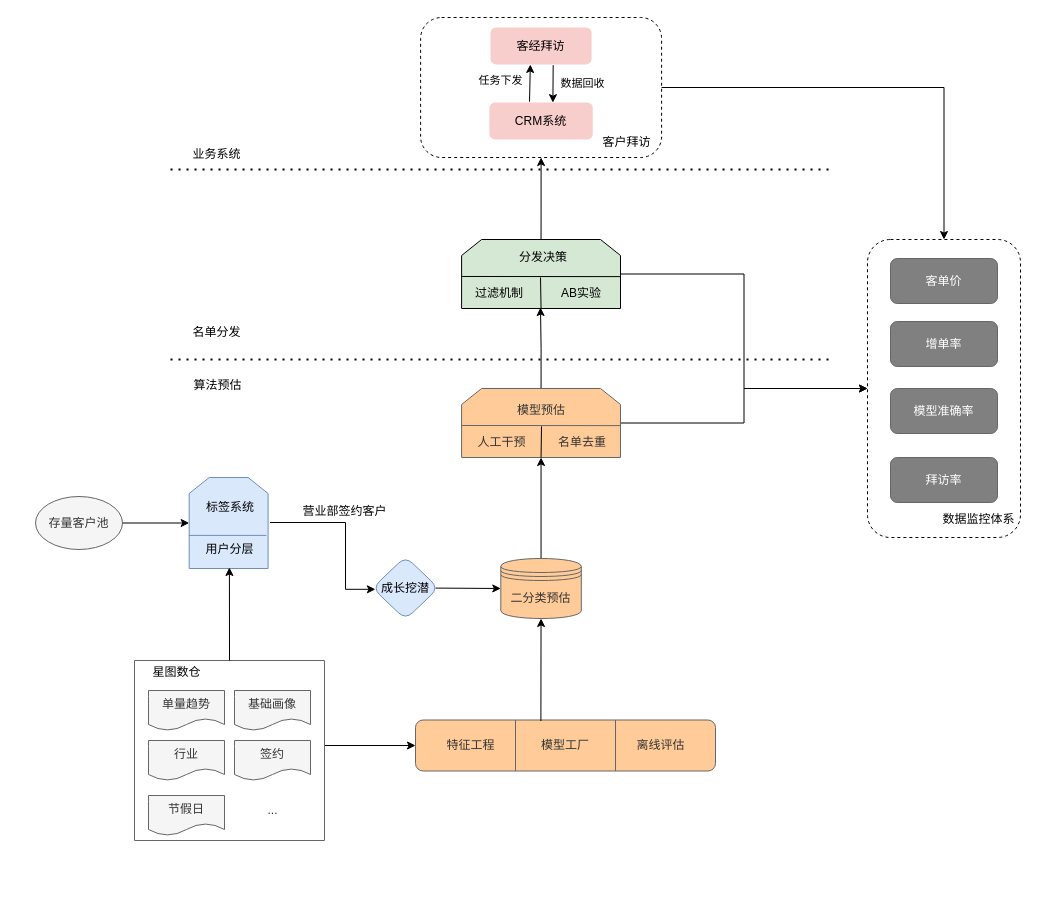
The draw.io diagram K码挖潜技术评审.drawio in JintaiYang/drawio, before the edit. Source tidied: cells renumbered, new cells numbered last; positions are measured from the earlier drawing's top-left corner, leaving out a move shared by most shapes. Both pictures are drawn from the tidied source at 100%, with x=0, y=0 at pixel (35, 17).
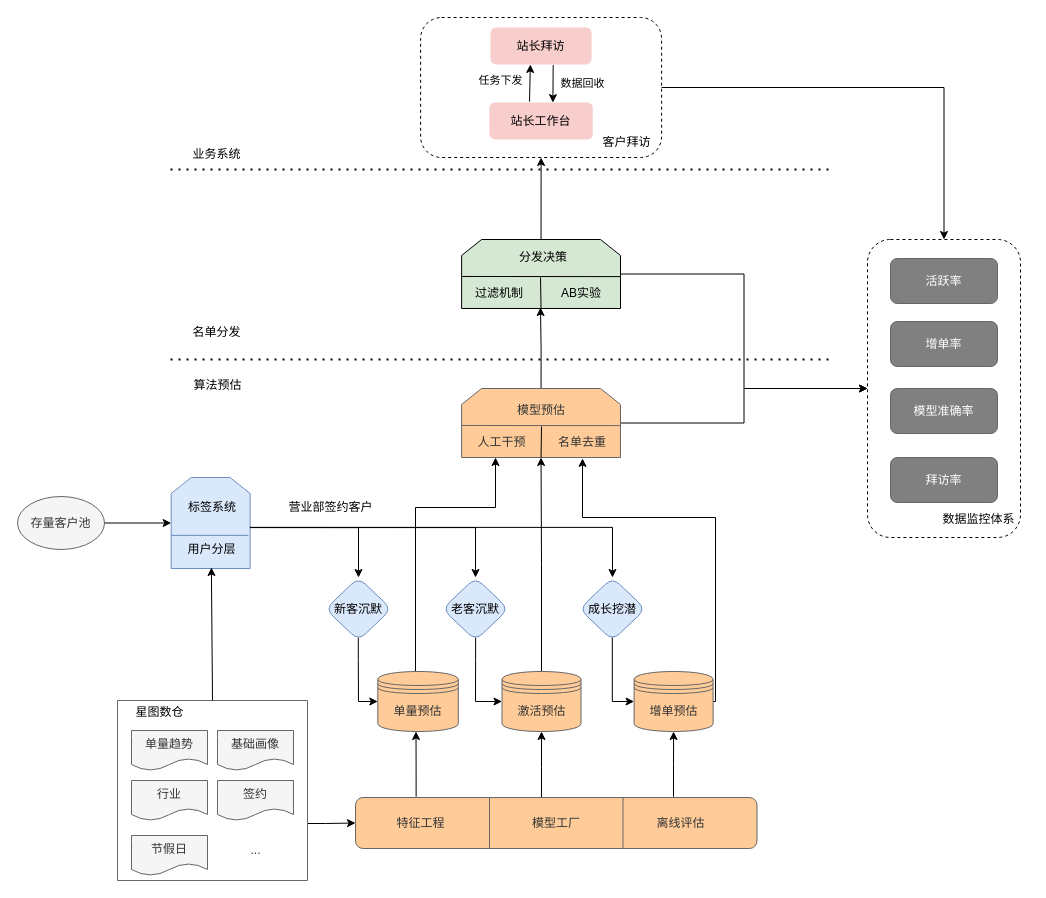
Above is the later version.

Commit message:
更新K码挖潜技术评审.drawio

The change refers to these unchanged cells:
```xml
<mxCell id="24" style="shape=loopLimit;whiteSpace=wrap;html=1;rounded=0;sketch=0;size=20;fillColor=#FFCC99;fontColor=#333333;strokeColor=#666666;" parent="1" vertex="1">
  <mxGeometry x="426.1" y="371" width="158.9" height="69" as="geometry" />
</mxCell>
<mxCell id="26" value="名单去重" style="text;html=1;strokeColor=none;fillColor=none;align=center;verticalAlign=middle;whiteSpace=wrap;rounded=0;sketch=0;fontColor=#333333;" parent="1" vertex="1">
  <mxGeometry x="517" y="410" width="60" height="30.9" as="geometry" />
</mxCell>
<mxCell id="28" value="人工干预" style="text;html=1;align=center;verticalAlign=middle;points=[];strokeColor=none;fillColor=none;fontColor=#333333;" parent="1" vertex="1">
  <mxGeometry x="430.6" y="410" width="70" height="30" as="geometry" />
</mxCell>
```

The edit, as a diff of the source:
```diff
@@
     <mxCell id="4" style="edgeStyle=orthogonalEdgeStyle;rounded=0;jettySize=auto;html=1;exitX=1;exitY=0.75;exitDx=0;exitDy=0;entryX=0;entryY=0.5;entryDx=0;entryDy=0;strokeWidth=1;" parent="1" edge="1" source="5" target="29">
       <mxGeometry relative="1" as="geometry">
         <Array as="points">
-          <mxPoint x="289" y="728" />
+          <mxPoint x="290" y="806" />
+          <mxPoint x="361" y="806" />
         </Array>
       </mxGeometry>
     </mxCell>
     <mxCell id="5" style="swimlane;startSize=0;rounded=1;arcSize=38;fillColor=#f5f5f5;fontColor=#333333;strokeColor=#666666;" parent="1" vertex="1">
-      <mxGeometry x="99" y="643" width="190" height="180" as="geometry" />
+      <mxGeometry x="82" y="683" width="190" height="180" as="geometry" />
     </mxCell>
@@
-    <mxCell id="12" style="edgeStyle=orthogonalEdgeStyle;rounded=0;jettySize=auto;html=1;exitX=0.5;exitY=0;exitDx=0;exitDy=0;entryX=0.5;entryY=1;entryDx=0;entryDy=0;" parent="1" edge="1" source="13" target="24">
-      <mxGeometry relative="1" as="geometry" />
-    </mxCell>
-    <mxCell id="13" value="二分类预估" style="shape=datastore;whiteSpace=wrap;html=1;rounded=1;glass=0;sketch=0;strokeWidth=1;fillColor=#FFCC99;fontColor=#333333;strokeColor=#666666;" parent="1" vertex="1">
-      <mxGeometry x="465.3" y="541" width="80.5" height="60" as="geometry" />
-    </mxCell>
-    <mxCell id="14" value="&lt;font&gt;客经拜访&lt;/font&gt;" style="rounded=1;whiteSpace=wrap;html=1;glass=0;sketch=0;strokeWidth=1;fillColor=#f8cecc;strokeColor=none;fontColor=#000000;" parent="1" vertex="1">
+    <mxCell id="14" value="&lt;font&gt;站长拜访&lt;/font&gt;" style="rounded=1;whiteSpace=wrap;html=1;glass=0;sketch=0;strokeWidth=1;fillColor=#f8cecc;strokeColor=none;fontColor=#000000;" parent="1" vertex="1">
       <mxGeometry x="455" y="10" width="101.1" height="37" as="geometry" />
     </mxCell>
     <mxCell id="15" style="shape=loopLimit;whiteSpace=wrap;html=1;rounded=0;sketch=0;size=20;fillColor=#dae8fc;strokeColor=#6c8ebf;" parent="1" vertex="1">
-      <mxGeometry x="153.7" y="460" width="78.9" height="91" as="geometry" />
+      <mxGeometry x="135.7" y="460" width="78.9" height="91" as="geometry" />
     </mxCell>
-    <mxCell id="16" style="edgeStyle=orthogonalEdgeStyle;rounded=0;jettySize=auto;html=1;exitX=1;exitY=1;exitDx=0;exitDy=0;entryX=0.044;entryY=0.521;entryDx=0;entryDy=0;entryPerimeter=0;" parent="1" edge="1" source="17" target="41">
-      <mxGeometry relative="1" as="geometry">
-        <Array as="points">
-          <mxPoint x="310" y="505" />
-          <mxPoint x="310" y="571" />
-          <mxPoint x="340" y="571" />
-        </Array>
-      </mxGeometry>
-    </mxCell>
+    <mxCell id="64" style="edgeStyle=orthogonalEdgeStyle;rounded=0;jettySize=auto;html=1;exitX=0.998;exitY=0.55;exitDx=0;exitDy=0;exitPerimeter=0;entryX=0.5;entryY=0;entryDx=0;entryDy=0;" parent="1" edge="1" source="15" target="79">
+      <mxGeometry relative="1" as="geometry">
+        <Array as="points">
+          <mxPoint x="323" y="510" />
+        </Array>
+      </mxGeometry>
+    </mxCell>
+    <mxCell id="65" style="edgeStyle=orthogonalEdgeStyle;rounded=0;jettySize=auto;html=1;exitX=1.002;exitY=0.55;exitDx=0;exitDy=0;entryX=0.5;entryY=0;entryDx=0;entryDy=0;exitPerimeter=0;" parent="1" edge="1" source="15" target="77">
+      <mxGeometry relative="1" as="geometry">
+        <Array as="points">
+          <mxPoint x="440" y="510" />
+        </Array>
+      </mxGeometry>
+    </mxCell>
+    <mxCell id="66" style="edgeStyle=orthogonalEdgeStyle;rounded=0;jettySize=auto;html=1;exitX=0.998;exitY=0.548;exitDx=0;exitDy=0;entryX=0.5;entryY=0;entryDx=0;entryDy=0;exitPerimeter=0;" parent="1" edge="1" source="15" target="41">
+      <mxGeometry relative="1" as="geometry">
+        <Array as="points">
+          <mxPoint x="577" y="510" />
+        </Array>
+      </mxGeometry>
+    </mxCell>
     <mxCell id="17" value="标签系统" style="text;html=1;strokeColor=none;fillColor=none;align=center;verticalAlign=middle;whiteSpace=wrap;rounded=0;sketch=0;" parent="1" vertex="1">
-      <mxGeometry x="154.6" y="475" width="80" height="30" as="geometry" />
+      <mxGeometry x="136.6" y="475" width="80" height="30" as="geometry" />
     </mxCell>
     <mxCell id="18" style="endArrow=none;html=1;rounded=0;exitX=-0.01;exitY=0.572;exitDx=0;exitDy=0;exitPerimeter=0;fillColor=#dae8fc;strokeColor=#6c8ebf;" parent="1" edge="1">
       <mxGeometry relative="1" as="geometry">
-        <mxPoint x="153.4" y="517.9" as="sourcePoint" />
-        <mxPoint x="230.9" y="517.9" as="targetPoint" />
+        <mxPoint x="135.4" y="517.9" as="sourcePoint" />
+        <mxPoint x="212.9" y="517.9" as="targetPoint" />
       </mxGeometry>
     </mxCell>
     <mxCell id="19" value="用户分层" style="text;html=1;align=center;verticalAlign=middle;strokeColor=none;fillColor=none;" parent="1" vertex="1">
-      <mxGeometry x="159.1" y="517" width="70" height="30" as="geometry" />
+      <mxGeometry x="141.1" y="517" width="70" height="30" as="geometry" />
     </mxCell>
     <mxCell id="20" style="endArrow=classic;html=1;rounded=0;strokeWidth=1;exitX=0.5;exitY=0;exitDx=0;exitDy=0;" parent="1" edge="1" source="5">
       <mxGeometry relative="1" as="geometry">
-        <mxPoint x="193.9" y="550" as="targetPoint" />
+        <mxPoint x="175.9" y="550" as="targetPoint" />
       </mxGeometry>
     </mxCell>
@@
+    <mxCell id="67" style="edgeStyle=orthogonalEdgeStyle;rounded=0;jettySize=auto;html=1;exitX=0.151;exitY=-0.016;exitDx=0;exitDy=0;entryX=0.5;entryY=1;entryDx=0;entryDy=0;exitPerimeter=0;" parent="1" edge="1" source="29">
+      <mxGeometry relative="1" as="geometry">
+        <mxPoint x="380.5" y="714" as="targetPoint" />
+        <Array as="points">
+          <mxPoint x="380" y="779" />
+          <mxPoint x="380" y="747" />
+          <mxPoint x="381" y="747" />
+        </Array>
+      </mxGeometry>
+    </mxCell>
+    <mxCell id="68" style="edgeStyle=orthogonalEdgeStyle;rounded=0;jettySize=auto;html=1;entryX=0.5;entryY=1;entryDx=0;entryDy=0;" parent="1" edge="1" source="29" target="75">
+      <mxGeometry relative="1" as="geometry">
+        <Array as="points">
+          <mxPoint x="506" y="750" />
+          <mxPoint x="506" y="750" />
+        </Array>
+      </mxGeometry>
+    </mxCell>
+    <mxCell id="69" style="edgeStyle=orthogonalEdgeStyle;rounded=0;jettySize=auto;html=1;exitX=0.792;exitY=-0.015;exitDx=0;exitDy=0;exitPerimeter=0;" parent="1" edge="1" source="29" target="73">
+      <mxGeometry relative="1" as="geometry" />
+    </mxCell>
     <mxCell id="29" value="模型工厂" style="shape=process;whiteSpace=wrap;html=1;backgroundOutline=1;rounded=1;glass=0;sketch=0;strokeWidth=1;size=0.3333333333333333;fillColor=#FFCC99;fontColor=#333333;strokeColor=#666666;" parent="1" vertex="1">
-      <mxGeometry x="380" y="702.5" width="300" height="51" as="geometry" />
+      <mxGeometry x="320" y="780" width="401.5" height="51" as="geometry" />
     </mxCell>
     <mxCell id="30" value="特征工程" style="text;html=1;align=center;verticalAlign=middle;strokeColor=none;fillColor=none;fontColor=#333333;" parent="1" vertex="1">
-      <mxGeometry x="400" y="713" width="70" height="30" as="geometry" />
+      <mxGeometry x="350" y="790.5" width="70" height="30" as="geometry" />
     </mxCell>
     <mxCell id="31" value="离线评估" style="text;html=1;align=center;verticalAlign=middle;strokeColor=none;fillColor=none;fontColor=#333333;" parent="1" vertex="1">
-      <mxGeometry x="590" y="713" width="70" height="30" as="geometry" />
+      <mxGeometry x="610" y="790.5" width="70" height="30" as="geometry" />
     </mxCell>
@@
     <mxCell id="34" value="星图数仓" style="text;html=1;align=center;verticalAlign=middle;strokeColor=none;fillColor=none;" parent="1" vertex="1">
-      <mxGeometry x="106" y="640" width="70" height="30" as="geometry" />
+      <mxGeometry x="89" y="680" width="70" height="30" as="geometry" />
     </mxCell>
@@
-    <mxCell id="37" value="CRM系统" style="rounded=1;whiteSpace=wrap;html=1;glass=0;sketch=0;strokeWidth=1;fillColor=#f8cecc;strokeColor=none;" parent="1" vertex="1">
+    <mxCell id="37" value="站长工作台" style="rounded=1;whiteSpace=wrap;html=1;glass=0;sketch=0;strokeWidth=1;fillColor=#f8cecc;strokeColor=none;" parent="1" vertex="1">
       <mxGeometry x="453.9" y="85" width="103.4" height="37" as="geometry" />
     </mxCell>
@@
     <mxCell id="39" value="存量客户池" style="ellipse;whiteSpace=wrap;html=1;fillColor=#f5f5f5;fontColor=#333333;strokeColor=#666666;" parent="1" vertex="1">
-      <mxGeometry y="479" width="87" height="53" as="geometry" />
+      <mxGeometry x="-18" y="479" width="87" height="53" as="geometry" />
     </mxCell>
-    <mxCell id="40" style="edgeStyle=orthogonalEdgeStyle;rounded=0;jettySize=auto;html=1;exitX=0.955;exitY=0.502;exitDx=0;exitDy=0;entryX=0;entryY=0.5;entryDx=0;entryDy=0;exitPerimeter=0;" parent="1" edge="1" source="41" target="13">
-      <mxGeometry relative="1" as="geometry">
-        <Array as="points">
-          <mxPoint x="403" y="571" />
-        </Array>
-      </mxGeometry>
-    </mxCell>
-    <mxCell id="41" value="成长挖潜" style="rhombus;whiteSpace=wrap;html=1;rounded=1;fillColor=#dae8fc;strokeColor=#6c8ebf;" parent="1" vertex="1">
-      <mxGeometry x="337" y="539" width="66" height="63" as="geometry" />
-    </mxCell>
-    <mxCell id="42" style="endArrow=classic;html=1;rounded=0;entryX=0.5;entryY=1;entryDx=0;entryDy=0;exitX=0.418;exitY=0.02;exitDx=0;exitDy=0;exitPerimeter=0;" parent="1" edge="1" source="29" target="13">
-      <mxGeometry relative="1" as="geometry" />
-    </mxCell>
@@
-    <mxCell id="55" value="客单价" style="rounded=1;whiteSpace=wrap;html=1;fillColor=#808080;fontColor=#FFFFFF;strokeColor=#666666;" parent="1" vertex="1">
+    <mxCell id="55" value="活跃率" style="rounded=1;whiteSpace=wrap;html=1;fillColor=#808080;fontColor=#FFFFFF;strokeColor=#666666;" parent="1" vertex="1">
       <mxGeometry x="855" y="241" width="107" height="45" as="geometry" />
     </mxCell>
@@
     <mxCell id="63" value="营业部签约客户" style="text;html=1;align=center;verticalAlign=middle;strokeColor=none;fillColor=none;" parent="1" vertex="1">
-      <mxGeometry x="254" y="479" width="110" height="30" as="geometry" />
+      <mxGeometry x="240" y="475" width="110" height="30" as="geometry" />
     </mxCell>
+    <mxCell id="70" style="edgeStyle=orthogonalEdgeStyle;rounded=0;jettySize=auto;html=1;entryX=0.42;entryY=1;entryDx=0;entryDy=0;entryPerimeter=0;" parent="1" edge="1" source="71" target="28">
+      <mxGeometry relative="1" as="geometry">
+        <Array as="points">
+          <mxPoint x="380" y="490" />
+          <mxPoint x="460" y="490" />
+        </Array>
+      </mxGeometry>
+    </mxCell>
+    <mxCell id="71" value="单量预估" style="shape=datastore;whiteSpace=wrap;html=1;rounded=1;glass=0;sketch=0;strokeWidth=1;fillColor=#FFCC99;fontColor=#333333;strokeColor=#666666;" parent="1" vertex="1">
+      <mxGeometry x="342.3" y="654" width="80.5" height="60" as="geometry" />
+    </mxCell>
+    <mxCell id="72" style="edgeStyle=orthogonalEdgeStyle;rounded=0;jettySize=auto;html=1;entryX=0.5;entryY=1;entryDx=0;entryDy=0;" parent="1" edge="1" source="73" target="26">
+      <mxGeometry relative="1" as="geometry">
+        <Array as="points">
+          <mxPoint x="680" y="500" />
+          <mxPoint x="547" y="500" />
+        </Array>
+      </mxGeometry>
+    </mxCell>
+    <mxCell id="73" value="增单预估" style="shape=datastore;whiteSpace=wrap;html=1;rounded=1;glass=0;sketch=0;strokeWidth=1;fillColor=#FFCC99;fontColor=#333333;strokeColor=#666666;" parent="1" vertex="1">
+      <mxGeometry x="598.6" y="654" width="79" height="60" as="geometry" />
+    </mxCell>
+    <mxCell id="74" style="edgeStyle=orthogonalEdgeStyle;rounded=0;jettySize=auto;html=1;exitX=0.5;exitY=0;exitDx=0;exitDy=0;entryX=0.5;entryY=1;entryDx=0;entryDy=0;" parent="1" edge="1" source="75" target="24">
+      <mxGeometry relative="1" as="geometry" />
+    </mxCell>
+    <mxCell id="75" value="激活预估" style="shape=datastore;whiteSpace=wrap;html=1;rounded=1;glass=0;sketch=0;strokeWidth=1;fillColor=#FFCC99;fontColor=#333333;strokeColor=#666666;" parent="1" vertex="1">
+      <mxGeometry x="466.5" y="654" width="79" height="60" as="geometry" />
+    </mxCell>
+    <mxCell id="76" style="edgeStyle=orthogonalEdgeStyle;rounded=0;jettySize=auto;html=1;exitX=0.502;exitY=0.951;exitDx=0;exitDy=0;entryX=0;entryY=0.5;entryDx=0;entryDy=0;exitPerimeter=0;" parent="1" edge="1" source="77" target="75">
+      <mxGeometry relative="1" as="geometry">
+        <Array as="points">
+          <mxPoint x="440" y="642" />
+          <mxPoint x="440" y="684" />
+        </Array>
+      </mxGeometry>
+    </mxCell>
+    <mxCell id="77" value="老客沉默" style="rhombus;whiteSpace=wrap;html=1;rounded=1;fillColor=#dae8fc;strokeColor=#6c8ebf;" parent="1" vertex="1">
+      <mxGeometry x="407" y="560" width="66" height="63" as="geometry" />
+    </mxCell>
+    <mxCell id="78" style="edgeStyle=orthogonalEdgeStyle;rounded=0;jettySize=auto;html=1;exitX=0.497;exitY=0.954;exitDx=0;exitDy=0;entryX=0;entryY=0.5;entryDx=0;entryDy=0;exitPerimeter=0;" parent="1" edge="1" source="79" target="71">
+      <mxGeometry relative="1" as="geometry">
+        <Array as="points">
+          <mxPoint x="323" y="642" />
+          <mxPoint x="323" y="642" />
+          <mxPoint x="323" y="684" />
+        </Array>
+      </mxGeometry>
+    </mxCell>
+    <mxCell id="79" value="新客沉默" style="rhombus;whiteSpace=wrap;html=1;rounded=1;fillColor=#dae8fc;strokeColor=#6c8ebf;" parent="1" vertex="1">
+      <mxGeometry x="290" y="560" width="66" height="63" as="geometry" />
+    </mxCell>
+    <mxCell id="80" style="edgeStyle=orthogonalEdgeStyle;rounded=0;jettySize=auto;html=1;exitX=0.497;exitY=0.946;exitDx=0;exitDy=0;entryX=0;entryY=0.5;entryDx=0;entryDy=0;exitPerimeter=0;" parent="1" edge="1" source="41" target="73">
+      <mxGeometry relative="1" as="geometry" />
+    </mxCell>
+    <mxCell id="41" value="成长挖潜" style="rhombus;whiteSpace=wrap;html=1;rounded=1;fillColor=#dae8fc;strokeColor=#6c8ebf;" parent="1" vertex="1">
+      <mxGeometry x="544" y="560" width="66" height="63" as="geometry" />
+    </mxCell>
```
